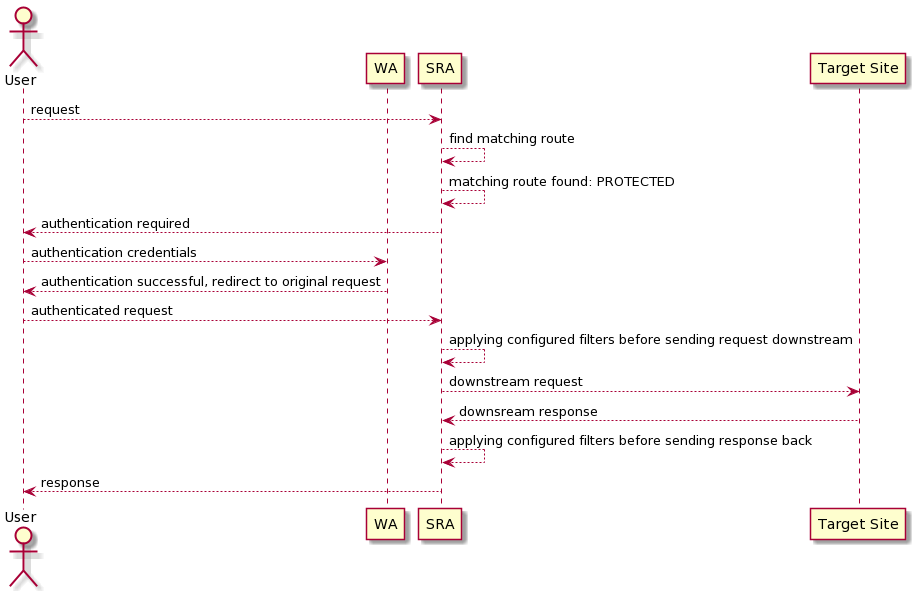
apache/syncope keeps this PlantUML diagram as src/main/asciidoc/images/sra-request.png. Above is the earlier version.
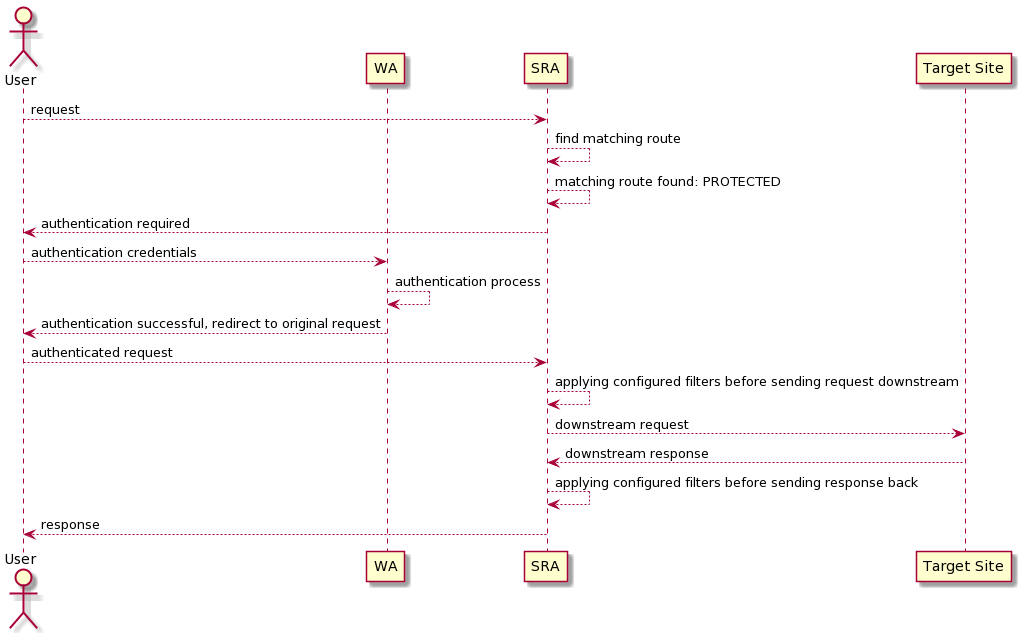
The same diagram one commit later.

What changed in the source:
```diff
@@ -10,12 +10,13 @@
 sra --> user: authentication required
 
 user --> wa : authentication credentials
+wa --> wa: authentication process
 wa --> user : authentication successful, redirect to original request
 
 user --> sra : authenticated request
 sra --> sra : applying configured filters before sending request downstream
 sra --> target : downstream request
-target --> sra : downsream response
+target --> sra : downstream response
 sra --> sra : applying configured filters before sending response back
 sra --> user: response
 @enduml
```
